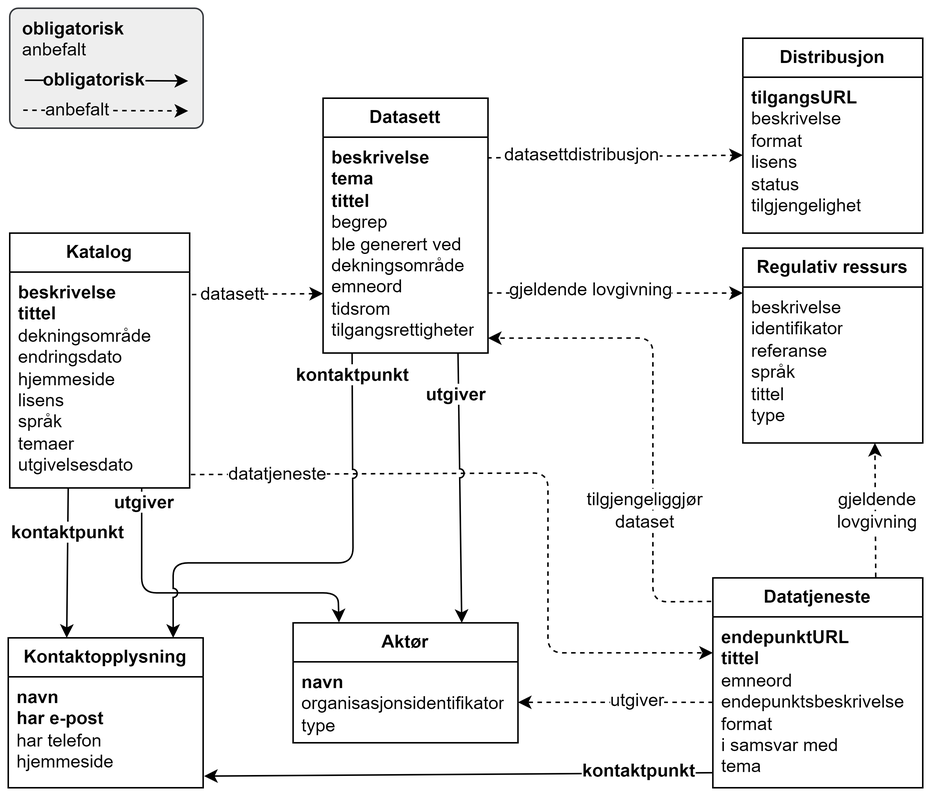
This is docs/images/DCAT-AP-NO-forenklet-fremstilling.png from Informasjonsforvaltning/dcat-ap-no, a draw.io export, as it was before one commit. Source tidied: cells renumbered, new cells last; positions are measured from the earlier drawing's top-left corner, leaving out a move shared by most shapes.
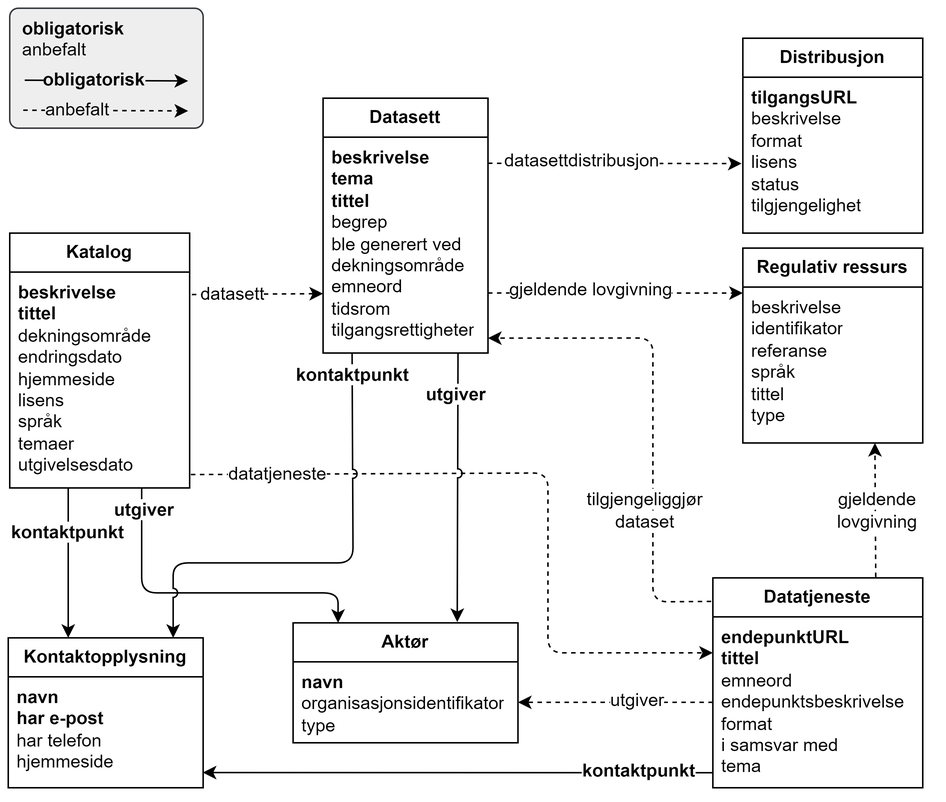
Later version of the same file.

Commit message:
Oppdaterer tegning Forenklet fremstilling

The edit, as a diff of the source:
```diff
@@ -14,9 +14,10 @@
     <mxCell id="5" value="&lt;div style=&quot;&quot;&gt;&lt;span style=&quot;background-color: rgb(255, 255, 255);&quot;&gt;&lt;b&gt;navn&lt;/b&gt;&lt;/span&gt;&lt;/div&gt;&lt;div style=&quot;&quot;&gt;&lt;span style=&quot;background-color: rgb(255, 255, 255);&quot;&gt;&lt;b&gt;har e-post&lt;/b&gt;&lt;/span&gt;&lt;/div&gt;&lt;div style=&quot;&quot;&gt;&lt;span style=&quot;background-color: rgb(255, 255, 255);&quot;&gt;har telefon&lt;/span&gt;&lt;br&gt;&lt;/div&gt;&lt;div&gt;&lt;span style=&quot;background-color: rgb(255, 255, 255);&quot;&gt;hjemmeside&lt;/span&gt;&lt;/div&gt;" style="text;strokeColor=none;fillColor=none;align=left;verticalAlign=top;spacingLeft=4;spacingRight=4;overflow=hidden;points=[[0,0.5],[1,0.5]];portConstraint=eastwest;whiteSpace=wrap;html=1;" parent="4" vertex="1">
       <mxGeometry y="26" width="130" height="74" as="geometry" />
     </mxCell>
-    <mxCell id="6" style="endArrow=classic;html=1;rounded=0;entryX=0.3;entryY=0;entryDx=0;entryDy=0;entryPerimeter=0;" parent="1" edge="1" target="4">
+    <mxCell id="6" style="endArrow=classic;html=1;rounded=0;" parent="1" edge="1">
       <mxGeometry relative="1" as="geometry">
         <mxPoint x="40" y="320" as="sourcePoint" />
+        <mxPoint x="40" y="420" as="targetPoint" />
       </mxGeometry>
     </mxCell>
     <mxCell id="7" value="&lt;div&gt;&lt;span style=&quot;background-color: rgb(255, 255, 255);&quot;&gt;&lt;b&gt;kontaktpunkt&lt;/b&gt;&lt;/span&gt;&lt;/div&gt;" style="text;html=1;align=center;verticalAlign=middle;whiteSpace=wrap;rounded=0;" parent="1" vertex="1">
@@ -28,9 +29,10 @@
     <mxCell id="9" value="&lt;div style=&quot;&quot;&gt;&lt;span style=&quot;background-color: rgb(255, 255, 255);&quot;&gt;&lt;b&gt;navn&lt;/b&gt;&lt;/span&gt;&lt;/div&gt;&lt;div style=&quot;&quot;&gt;&lt;span style=&quot;background-color: rgb(255, 255, 255);&quot;&gt;organisasjonsidentifikator&lt;/span&gt;&lt;br&gt;&lt;/div&gt;&lt;div&gt;&lt;span style=&quot;background-color: rgb(255, 255, 255);&quot;&gt;type&lt;/span&gt;&lt;/div&gt;" style="text;strokeColor=none;fillColor=none;align=left;verticalAlign=top;spacingLeft=4;spacingRight=4;overflow=hidden;points=[[0,0.5],[1,0.5]];portConstraint=eastwest;whiteSpace=wrap;html=1;" parent="8" vertex="1">
       <mxGeometry y="26" width="150" height="54" as="geometry" />
     </mxCell>
-    <mxCell id="10" style="endArrow=classic;html=1;rounded=1;entryX=0.204;entryY=-0.004;entryDx=0;entryDy=0;entryPerimeter=0;curved=0;" parent="1" edge="1" target="8">
+    <mxCell id="10" style="endArrow=classic;html=1;rounded=1;curved=0;" parent="1" edge="1">
       <mxGeometry relative="1" as="geometry">
         <mxPoint x="89" y="320" as="sourcePoint" />
+        <mxPoint x="220" y="410" as="targetPoint" />
         <Array as="points">
           <mxPoint x="89" y="390" />
           <mxPoint x="220" y="390" />
@@ -38,7 +40,7 @@
       </mxGeometry>
     </mxCell>
     <mxCell id="11" value="&lt;div&gt;&lt;span style=&quot;background-color: rgb(255, 255, 255);&quot;&gt;&lt;b&gt;utgiver&lt;/b&gt;&lt;/span&gt;&lt;/div&gt;" style="text;html=1;align=center;verticalAlign=middle;whiteSpace=wrap;rounded=0;" parent="1" vertex="1">
-      <mxGeometry x="61" y="320" width="60" height="20" as="geometry" />
+      <mxGeometry x="61" y="330" width="60" height="10" as="geometry" />
     </mxCell>
     <mxCell id="12" value="&lt;b&gt;Datasett&lt;/b&gt;" style="swimlane;fontStyle=0;horizontal=1;startSize=26;fillColor=none;whiteSpace=wrap;html=1;" parent="1" vertex="1">
       <mxGeometry x="210" y="60" width="110" height="170" as="geometry" />
@@ -70,7 +72,7 @@
     <mxCell id="19" value="&lt;div&gt;&lt;span style=&quot;background-color: rgb(255, 255, 255);&quot;&gt;datatjeneste&lt;/span&gt;&lt;/div&gt;" style="text;html=1;align=center;verticalAlign=middle;whiteSpace=wrap;rounded=0;" parent="1" vertex="1">
       <mxGeometry x="150" y="296" width="60" height="30" as="geometry" />
     </mxCell>
-    <mxCell id="20" style="endArrow=classic;html=1;rounded=0;jumpStyle=arc;entryX=0.75;entryY=0;entryDx=0;entryDy=0;" parent="1" edge="1" target="8">
+    <mxCell id="20" style="endArrow=classic;html=1;rounded=0;jumpStyle=arc;entryX=0.73;entryY=-0.007;entryDx=0;entryDy=0;entryPerimeter=0;" parent="1" edge="1" target="8">
       <mxGeometry relative="1" as="geometry">
         <mxPoint x="300" y="230" as="sourcePoint" />
       </mxGeometry>
@@ -84,11 +86,11 @@
     <mxCell id="23" value="&lt;div style=&quot;&quot;&gt;&lt;span style=&quot;background-color: rgb(255, 255, 255);&quot;&gt;&lt;b&gt;tilgangsURL&lt;/b&gt;&lt;/span&gt;&lt;/div&gt;&lt;div style=&quot;&quot;&gt;&lt;span style=&quot;background-color: rgb(255, 255, 255);&quot;&gt;beskrivelse&lt;/span&gt;&lt;br&gt;&lt;/div&gt;&lt;div style=&quot;&quot;&gt;&lt;span style=&quot;background-color: rgb(255, 255, 255);&quot;&gt;format&lt;/span&gt;&lt;/div&gt;&lt;div style=&quot;&quot;&gt;&lt;span style=&quot;background-color: rgb(255, 255, 255);&quot;&gt;lisens&lt;/span&gt;&lt;/div&gt;&lt;div style=&quot;&quot;&gt;&lt;span style=&quot;background-color: rgb(255, 255, 255);&quot;&gt;status&lt;/span&gt;&lt;/div&gt;&lt;div style=&quot;&quot;&gt;&lt;span style=&quot;background-color: rgb(255, 255, 255);&quot;&gt;tilgjengelighet&lt;/span&gt;&lt;/div&gt;" style="text;strokeColor=none;fillColor=none;align=left;verticalAlign=top;spacingLeft=4;spacingRight=4;overflow=hidden;points=[[0,0.5],[1,0.5]];portConstraint=eastwest;whiteSpace=wrap;html=1;" parent="22" vertex="1">
       <mxGeometry y="26" width="120" height="104" as="geometry" />
     </mxCell>
-    <mxCell id="24" style="endArrow=classic;html=1;rounded=0;exitX=0.995;exitY=0.096;exitDx=0;exitDy=0;exitPerimeter=0;dashed=1;entryX=0;entryY=0.5;entryDx=0;entryDy=0;" parent="1" edge="1" source="13" target="23">
+    <mxCell id="24" style="endArrow=classic;html=1;rounded=0;exitX=1;exitY=0.121;exitDx=0;exitDy=0;exitPerimeter=0;dashed=1;entryX=-0.007;entryY=0.554;entryDx=0;entryDy=0;entryPerimeter=0;" parent="1" edge="1" source="13" target="23">
       <mxGeometry relative="1" as="geometry" />
     </mxCell>
     <mxCell id="25" value="&lt;div&gt;&lt;span style=&quot;background-color: rgb(255, 255, 255);&quot;&gt;datasettdistribusjon&lt;/span&gt;&lt;/div&gt;" style="text;html=1;align=center;verticalAlign=middle;whiteSpace=wrap;rounded=0;" parent="1" vertex="1">
-      <mxGeometry x="353" y="83" width="60" height="30" as="geometry" />
+      <mxGeometry x="353" y="87" width="60" height="30" as="geometry" />
     </mxCell>
     <mxCell id="26" value="&lt;b&gt;Regulativ ressurs&lt;/b&gt;" style="swimlane;fontStyle=0;horizontal=1;startSize=26;fillColor=none;whiteSpace=wrap;html=1;" parent="1" vertex="1">
       <mxGeometry x="490" y="160" width="120" height="130" as="geometry" />
@@ -116,7 +118,7 @@
     <mxCell id="33" value="&lt;div&gt;&lt;span style=&quot;background-color: rgb(255, 255, 255);&quot;&gt;utgiver&lt;/span&gt;&lt;/div&gt;" style="text;html=1;align=center;verticalAlign=middle;whiteSpace=wrap;rounded=0;" parent="1" vertex="1">
       <mxGeometry x="390" y="447" width="60" height="30" as="geometry" />
     </mxCell>
-    <mxCell id="34" style="endArrow=classic;html=1;rounded=1;exitX=0;exitY=0.912;exitDx=0;exitDy=0;exitPerimeter=0;entryX=1.005;entryY=0.895;entryDx=0;entryDy=0;entryPerimeter=0;curved=0;" parent="1" edge="1" source="15" target="5">
+    <mxCell id="34" style="endArrow=classic;html=1;rounded=1;exitX=0;exitY=0.912;exitDx=0;exitDy=0;exitPerimeter=0;entryX=0.998;entryY=0.863;entryDx=0;entryDy=0;entryPerimeter=0;curved=0;" parent="1" edge="1" source="15" target="5">
       <mxGeometry relative="1" as="geometry" />
     </mxCell>
     <mxCell id="35" value="&lt;div&gt;&lt;span style=&quot;background-color: rgb(255, 255, 255);&quot;&gt;&lt;b&gt;kontaktpunkt&lt;/b&gt;&lt;/span&gt;&lt;/div&gt;" style="text;html=1;align=center;verticalAlign=middle;whiteSpace=wrap;rounded=0;" parent="1" vertex="1">
```
